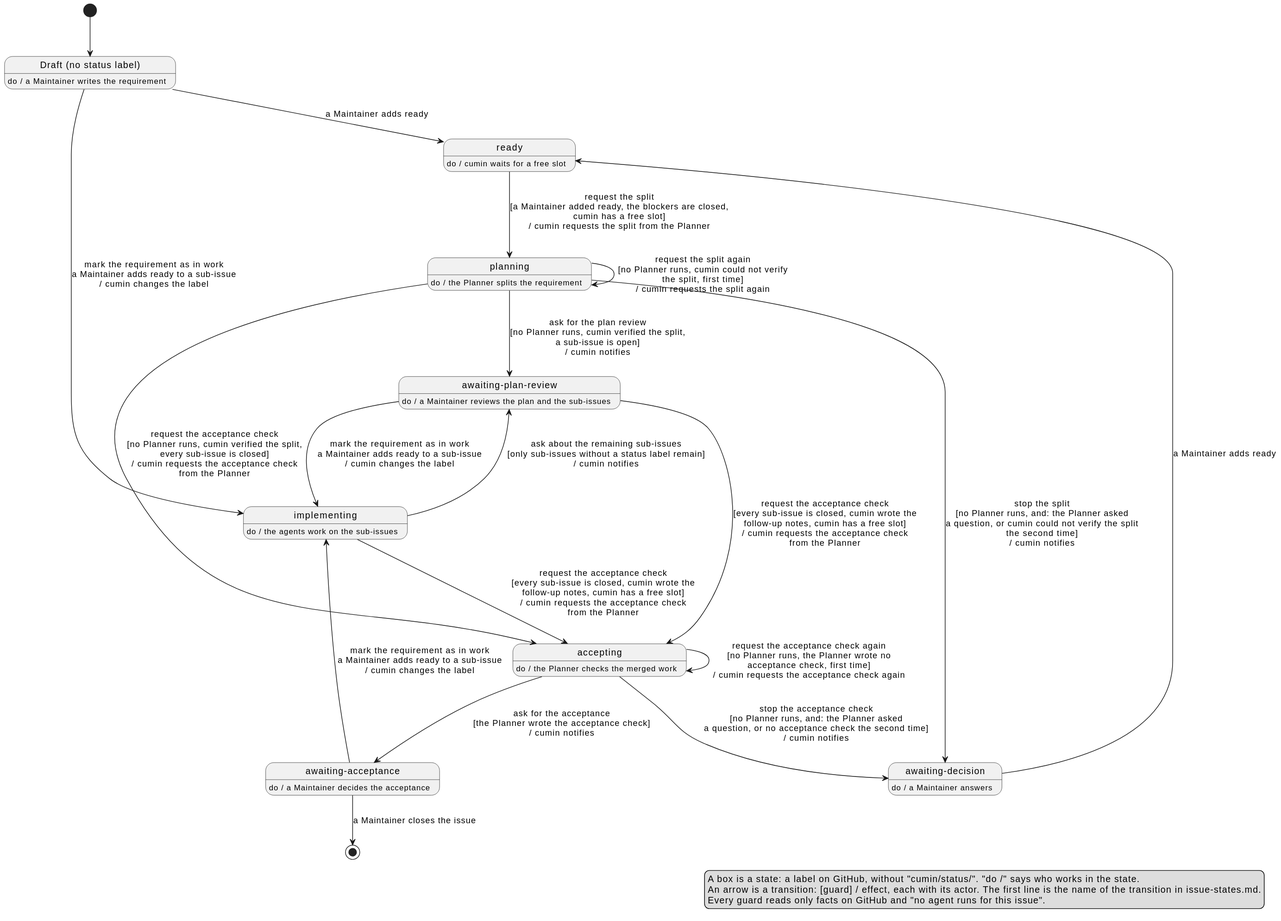
This is docs/ja/requirements/requirement-issue-states.svg from cloveclovedev/cumin-works, a PlantUML export, as it was before one commit. Source of this version:
```plantuml
@startuml

hide empty description

state "Draft (no status label)" as Draft
Draft : do / a Maintainer writes the requirement

state "ready" as Ready
Ready : do / cumin waits for a free slot

state "planning" as Planning
Planning : do / the Planner splits the requirement

state "awaiting-plan-review" as PlanReview
PlanReview : do / a Maintainer reviews the plan and the sub-issues

state "implementing" as Implementing
Implementing : do / the agents work on the sub-issues

state "accepting" as Accepting
Accepting : do / the Planner checks the merged work

state "awaiting-acceptance" as Acceptance
Acceptance : do / a Maintainer decides the acceptance

state "awaiting-decision" as Decision
Decision : do / a Maintainer answers

[*] --> Draft
Draft --> Ready : a Maintainer adds ready
Draft --> Implementing : mark the requirement as in work\na Maintainer adds ready to a sub-issue\n/ cumin changes the label
Ready --> Planning : request the split\n[a Maintainer added ready, the blockers are closed,\ncumin has a free slot]\n/ cumin requests the split from the Planner
Planning --> PlanReview : ask for the plan review\n[no Planner runs, cumin verified the split,\na sub-issue is open]\n/ cumin notifies
Planning --> Accepting : request the acceptance check\n[no Planner runs, cumin verified the split,\nevery sub-issue is closed]\n/ cumin requests the acceptance check\nfrom the Planner
Planning --> Planning : request the split again\n[no Planner runs, cumin could not verify\nthe split, first time]\n/ cumin requests the split again
Planning --> Decision : stop the split\n[no Planner runs, and: the Planner asked\na question, or cumin could not verify the split\nthe second time]\n/ cumin notifies
PlanReview --> Implementing : mark the requirement as in work\na Maintainer adds ready to a sub-issue\n/ cumin changes the label
Implementing --> Accepting : request the acceptance check\n[every sub-issue is closed, cumin wrote the\nfollow-up notes, cumin has a free slot]\n/ cumin requests the acceptance check\nfrom the Planner
PlanReview --> Accepting : request the acceptance check\n[every sub-issue is closed, cumin wrote the\nfollow-up notes, cumin has a free slot]\n/ cumin requests the acceptance check\nfrom the Planner
Implementing --> PlanReview : ask about the remaining sub-issues\n[only sub-issues without a status label remain]\n/ cumin notifies
Accepting --> Acceptance : ask for the acceptance\n[the Planner wrote the acceptance check]\n/ cumin notifies
Accepting --> Accepting : request the acceptance check again\n[no Planner runs, the Planner wrote no\nacceptance check, first time]\n/ cumin requests the acceptance check again
Accepting --> Decision : stop the acceptance check\n[no Planner runs, and: the Planner asked\na question, or no acceptance check the second time]\n/ cumin notifies
Acceptance --> Implementing : mark the requirement as in work\na Maintainer adds ready to a sub-issue\n/ cumin changes the label
Acceptance --> [*] : a Maintainer closes the issue
Decision --> Ready : a Maintainer adds ready

legend right
  A box is a state: a label on GitHub, without "cumin/status/". "do /" says who works in the state.
  An arrow is a transition: [guard] / effect, each with its actor. The first line is the name of the transition in issue-states.md.
  Every guard reads only facts on GitHub and "no agent runs for this issue".
endlegend
@enduml
```
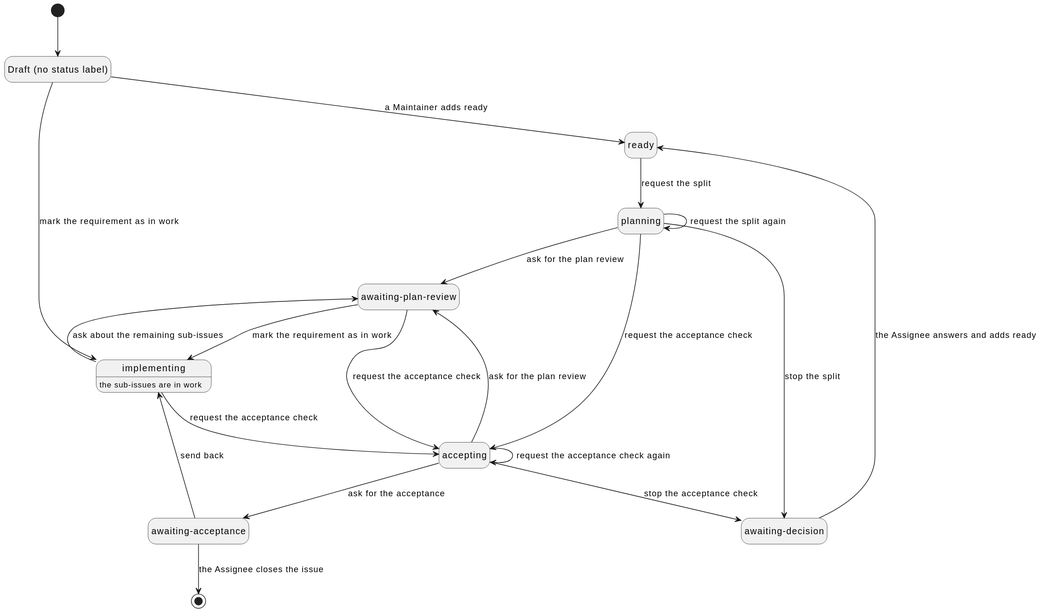
After the change.

Commit message:
docs(requirements): redraw the overall state diagrams in the current terms

What changed in the source:
```diff
@@ -3,51 +3,32 @@
 hide empty description
 
 state "Draft (no status label)" as Draft
-Draft : do / a Maintainer writes the requirement
-
 state "ready" as Ready
-Ready : do / cumin waits for a free slot
-
 state "planning" as Planning
-Planning : do / the Planner splits the requirement
-
 state "awaiting-plan-review" as PlanReview
-PlanReview : do / a Maintainer reviews the plan and the sub-issues
-
 state "implementing" as Implementing
-Implementing : do / the agents work on the sub-issues
-
+Implementing : the sub-issues are in work
 state "accepting" as Accepting
-Accepting : do / the Planner checks the merged work
-
-state "awaiting-acceptance" as Acceptance
-Acceptance : do / a Maintainer decides the acceptance
-
+state "awaiting-acceptance" as AwaitingAcceptance
 state "awaiting-decision" as Decision
-Decision : do / a Maintainer answers
 
 [*] --> Draft
 Draft --> Ready : a Maintainer adds ready
-Draft --> Implementing : mark the requirement as in work\na Maintainer adds ready to a sub-issue\n/ cumin changes the label
-Ready --> Planning : request the split\n[a Maintainer added ready, the blockers are closed,\ncumin has a free slot]\n/ cumin requests the split from the Planner
-Planning --> PlanReview : ask for the plan review\n[no Planner runs, cumin verified the split,\na sub-issue is open]\n/ cumin notifies
-Planning --> Accepting : request the acceptance check\n[no Planner runs, cumin verified the split,\nevery sub-issue is closed]\n/ cumin requests the acceptance check\nfrom the Planner
-Planning --> Planning : request the split again\n[no Planner runs, cumin could not verify\nthe split, first time]\n/ cumin requests the split again
-Planning --> Decision : stop the split\n[no Planner runs, and: the Planner asked\na question, or cumin could not verify the split\nthe second time]\n/ cumin notifies
-PlanReview --> Implementing : mark the requirement as in work\na Maintainer adds ready to a sub-issue\n/ cumin changes the label
-Implementing --> Accepting : request the acceptance check\n[every sub-issue is closed, cumin wrote the\nfollow-up notes, cumin has a free slot]\n/ cumin requests the acceptance check\nfrom the Planner
-PlanReview --> Accepting : request the acceptance check\n[every sub-issue is closed, cumin wrote the\nfollow-up notes, cumin has a free slot]\n/ cumin requests the acceptance check\nfrom the Planner
-Implementing --> PlanReview : ask about the remaining sub-issues\n[only sub-issues without a status label remain]\n/ cumin notifies
-Accepting --> Acceptance : ask for the acceptance\n[the Planner wrote the acceptance check]\n/ cumin notifies
-Accepting --> Accepting : request the acceptance check again\n[no Planner runs, the Planner wrote no\nacceptance check, first time]\n/ cumin requests the acceptance check again
-Accepting --> Decision : stop the acceptance check\n[no Planner runs, and: the Planner asked\na question, or no acceptance check the second time]\n/ cumin notifies
-Acceptance --> Implementing : mark the requirement as in work\na Maintainer adds ready to a sub-issue\n/ cumin changes the label
-Acceptance --> [*] : a Maintainer closes the issue
-Decision --> Ready : a Maintainer adds ready
-
-legend right
-  A box is a state: a label on GitHub, without "cumin/status/". "do /" says who works in the state.
-  An arrow is a transition: [guard] / effect, each with its actor. The first line is the name of the transition in issue-states.md.
-  Every guard reads only facts on GitHub and "no agent runs for this issue".
-endlegend
+Ready --> Planning : request the split
+Planning --> Planning : request the split again
+Planning --> PlanReview : ask for the plan review
+Planning --> Decision : stop the split
+Draft --> Implementing : mark the requirement as in work
+PlanReview --> Implementing : mark the requirement as in work
+Implementing --> PlanReview : ask about the remaining sub-issues
+Planning --> Accepting : request the acceptance check
+Implementing --> Accepting : request the acceptance check
+PlanReview --> Accepting : request the acceptance check
+Accepting --> Accepting : request the acceptance check again
+Accepting --> AwaitingAcceptance : ask for the acceptance
+Accepting --> PlanReview : ask for the plan review
+Accepting --> Decision : stop the acceptance check
+AwaitingAcceptance --> Implementing : send back
+AwaitingAcceptance --> [*] : the Assignee closes the issue
+Decision --> Ready : the Assignee answers and adds ready
 @enduml
```
